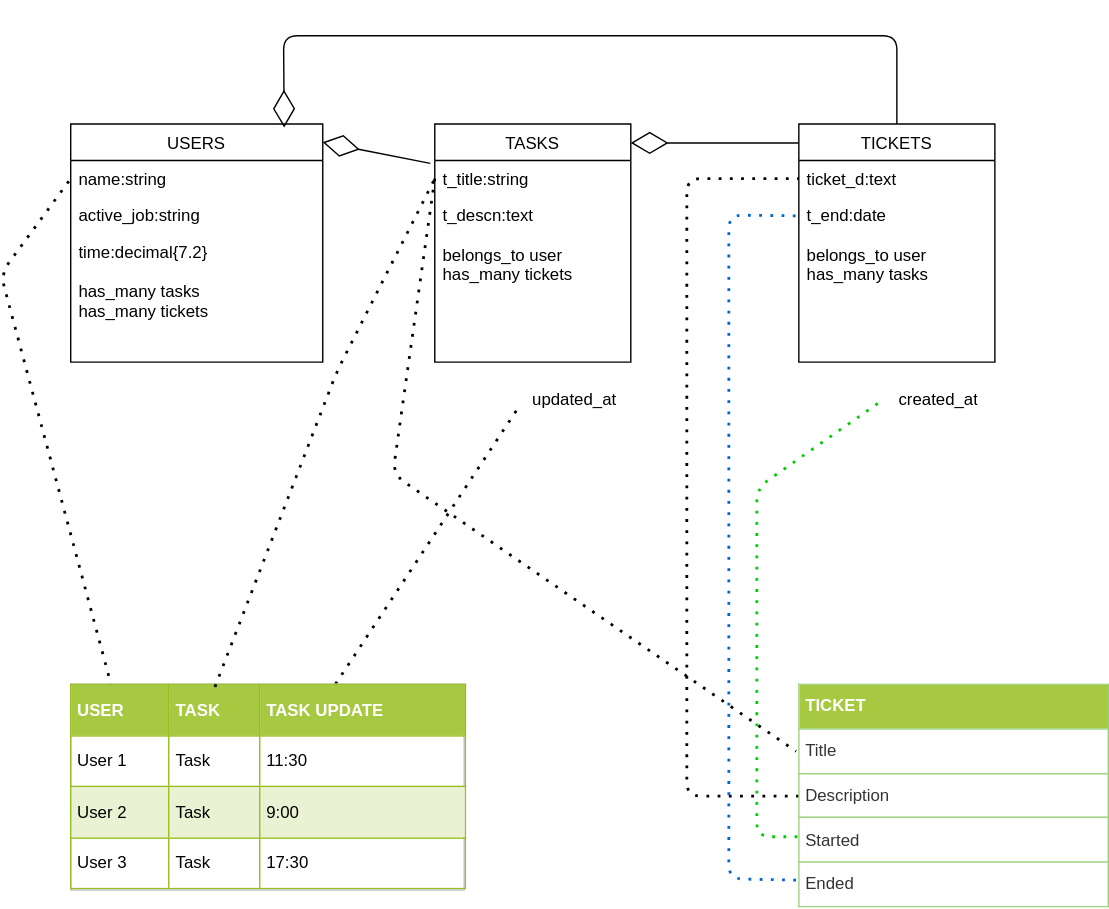
Earlier version of the draw.io export MyApp.svg (Roru-cmd/Myapp). Source tidied: cells renumbered, new cells last; positions are measured from the earlier drawing's top-left corner, leaving out a move shared by most shapes.
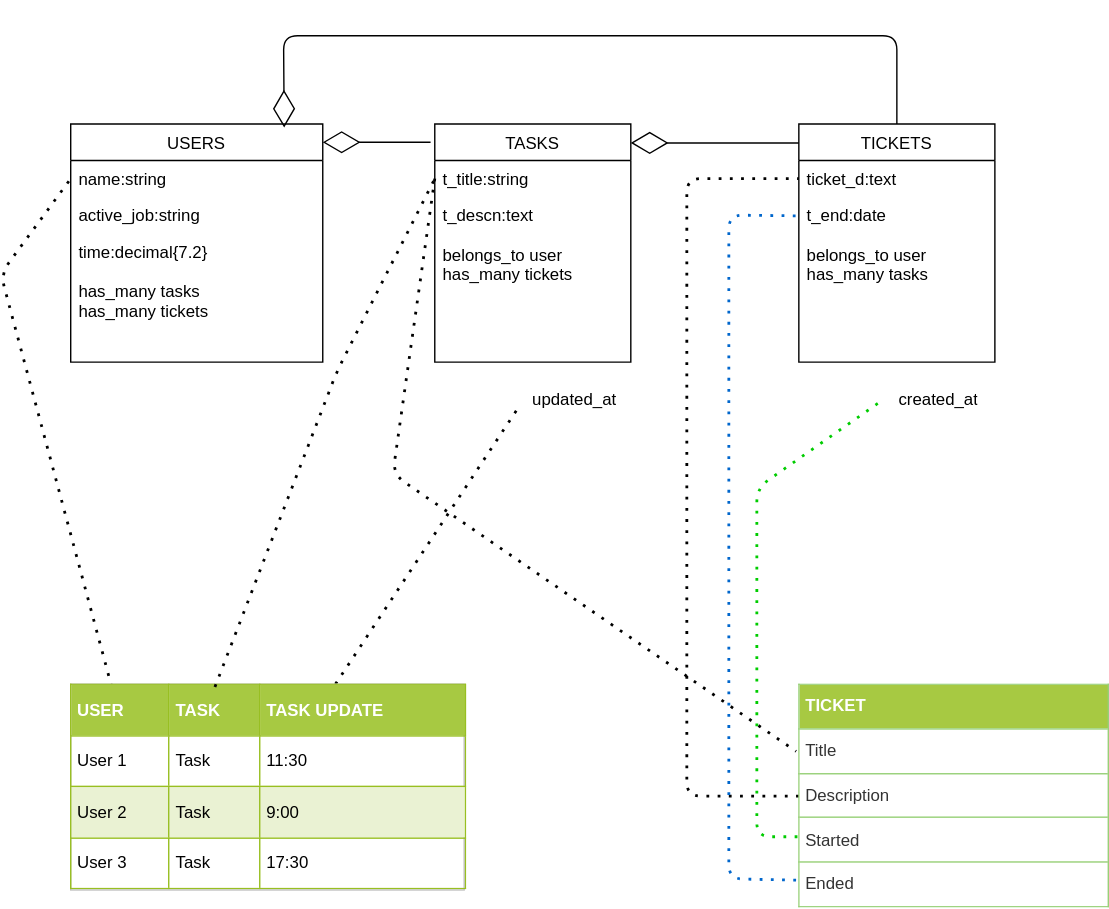
Later version of the same file.

What changed in the source:
```diff
@@ -32,8 +32,9 @@
     <mxCell id="11" value="t_end:date&#10;&#10;belongs_to user&#10;has_many tasks" style="text;strokeColor=none;fillColor=none;align=left;verticalAlign=top;spacingLeft=4;spacingRight=4;overflow=hidden;points=[[0,0.5],[1,0.5]];portConstraint=eastwest;" parent="9" vertex="1">
       <mxGeometry y="52" width="140" height="118" as="geometry" />
     </mxCell>
-    <mxCell id="12" style="endArrow=diamondThin;endFill=0;endSize=24;html=1;exitX=-0.023;exitY=0.165;exitDx=0;exitDy=0;exitPerimeter=0;" parent="1" edge="1" source="6">
+    <mxCell id="12" style="endArrow=diamondThin;endFill=0;endSize=24;html=1;" parent="1" edge="1">
       <mxGeometry x="200" y="193" as="geometry">
+        <mxPoint x="307" y="76" as="sourcePoint" />
         <mxPoint x="230" y="76" as="targetPoint" />
       </mxGeometry>
     </mxCell>
```
